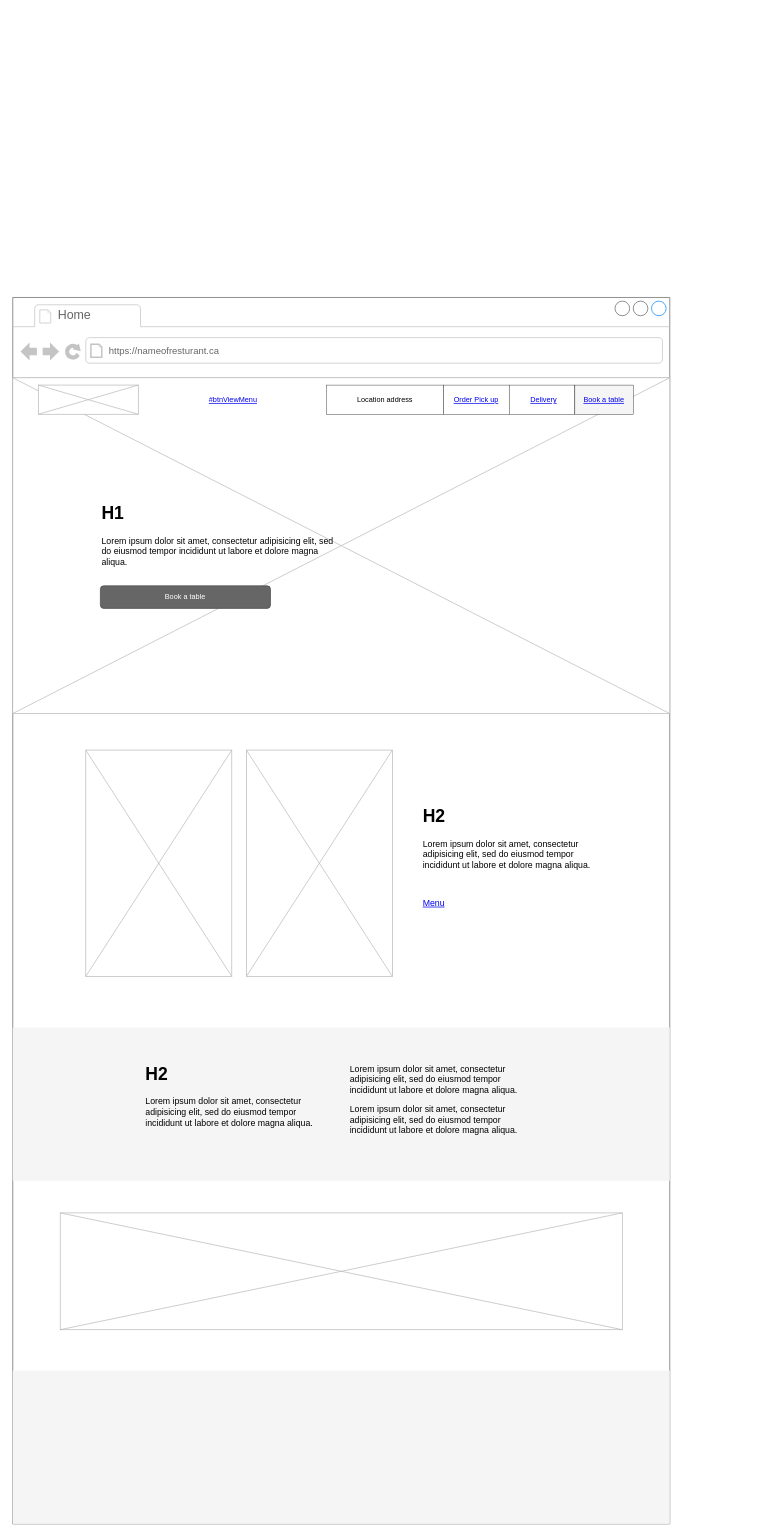
Web-Development-UAlberta/exsm-3951-exsm-3943-spring-2025-python-c-project-team-restaurant-c keeps this draw.io diagram as page "Homepage" (1 of 8) of docs/wireframes/draft.drawio. Above is the earlier version. Source tidied: cells renumbered, new cells numbered last; positions are measured from the earlier drawing's top-left corner, leaving out a move shared by most shapes. Both pictures are drawn from the tidied source at 73%, with x=0, y=0 at pixel (12, 297).
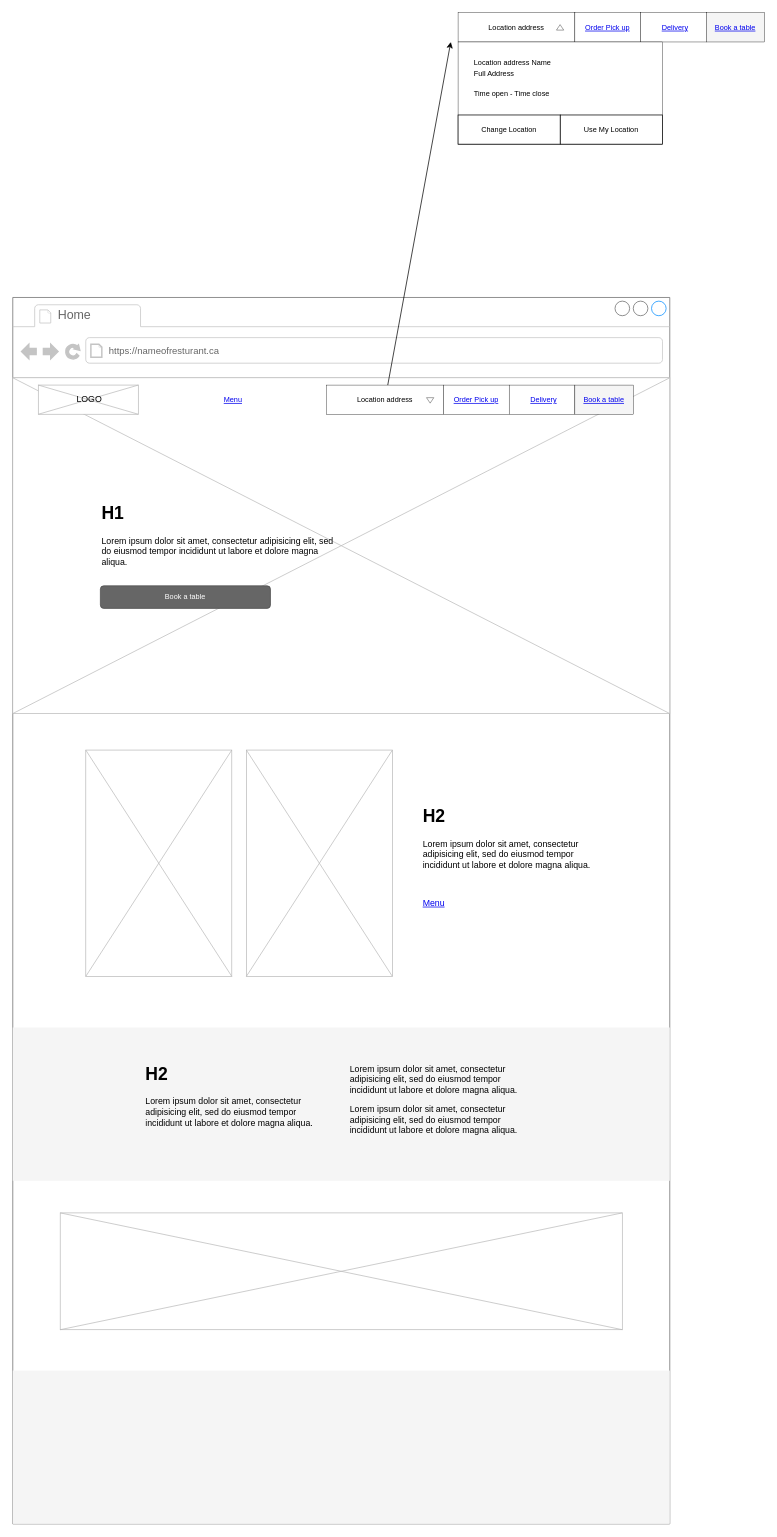
The same page after the edit.

Unchanged cells that the change refers to:
```xml
<mxCell id="2" style="strokeWidth=1;shadow=0;dashed=0;align=center;html=1;shape=mxgraph.mockup.containers.browserWindow;rSize=0;strokeColor=#666666;strokeColor2=#008cff;strokeColor3=#c4c4c4;mainText=,;" parent="1" vertex="1">
  <mxGeometry width="900" height="1680" as="geometry" />
</mxCell>
<mxCell id="9" style="rounded=0;whiteSpace=wrap;html=1;strokeWidth=0.5;" parent="2" vertex="1">
  <mxGeometry x="430" y="120" width="160" height="40" as="geometry" />
</mxCell>
```

Diff of the diagram source:
```diff
@@
-    <mxCell id="6" value="&lt;font style=&quot;font-size: 10px;&quot;&gt;#btnViewMenu&lt;/font&gt;" style="text;html=1;strokeColor=none;fillColor=none;whiteSpace=wrap;align=center;verticalAlign=middle;fontColor=#0000EE;fontStyle=4;" parent="2" vertex="1">
+    <mxCell id="6" value="&lt;font style=&quot;font-size: 10px;&quot;&gt;Menu&lt;/font&gt;" style="text;html=1;strokeColor=none;fillColor=none;whiteSpace=wrap;align=center;verticalAlign=middle;fontColor=#0000EE;fontStyle=4;" parent="2" vertex="1">
       <mxGeometry x="272" y="120" width="60" height="40" as="geometry" />
     </mxCell>
@@
+    <mxCell id="27" value="LOGO" style="text;html=1;align=center;verticalAlign=middle;whiteSpace=wrap;rounded=0;" parent="2" vertex="1">
+      <mxGeometry x="40" y="125" width="130" height="30" as="geometry" />
+    </mxCell>
+    <mxCell id="28" style="triangle;whiteSpace=wrap;html=1;rotation=90;strokeWidth=0.5;" parent="2" vertex="1">
+      <mxGeometry x="568" y="136" width="7.5" height="10" as="geometry" />
+    </mxCell>
+    <mxCell id="29" style="edgeStyle=none;html=1;" parent="1" edge="1" source="9">
+      <mxGeometry relative="1" as="geometry">
+        <mxPoint x="600" y="-350" as="targetPoint" />
+      </mxGeometry>
+    </mxCell>
+    <mxCell id="30" style="rounded=0;whiteSpace=wrap;html=1;strokeWidth=0.5;" parent="1" vertex="1">
+      <mxGeometry x="610" y="-390" width="160" height="40" as="geometry" />
+    </mxCell>
+    <mxCell id="31" style="rounded=0;whiteSpace=wrap;html=1;strokeWidth=0.5;" parent="1" vertex="1">
+      <mxGeometry x="770" y="-390" width="90" height="40" as="geometry" />
+    </mxCell>
+    <mxCell id="32" style="rounded=0;whiteSpace=wrap;html=1;strokeWidth=0.5;" parent="1" vertex="1">
+      <mxGeometry x="860" y="-390" width="90" height="40" as="geometry" />
+    </mxCell>
+    <mxCell id="33" style="rounded=0;whiteSpace=wrap;html=1;fillColor=#f5f5f5;fontColor=#333333;strokeColor=default;strokeWidth=0.5;" parent="1" vertex="1">
+      <mxGeometry x="950" y="-390" width="80" height="40" as="geometry" />
+    </mxCell>
+    <mxCell id="34" value="&lt;font style=&quot;font-size: 10px;&quot;&gt;Location address&lt;/font&gt;" style="text;html=1;align=center;verticalAlign=middle;whiteSpace=wrap;rounded=0;" parent="1" vertex="1">
+      <mxGeometry x="610" y="-385" width="160" height="30" as="geometry" />
+    </mxCell>
+    <mxCell id="35" value="&lt;font style=&quot;font-size: 10px;&quot;&gt;Book a table&lt;/font&gt;" style="text;html=1;strokeColor=none;fillColor=none;whiteSpace=wrap;align=center;verticalAlign=middle;fontColor=#0000EE;fontStyle=4;" parent="1" vertex="1">
+      <mxGeometry x="960" y="-390" width="60" height="40" as="geometry" />
+    </mxCell>
+    <mxCell id="36" value="&lt;font style=&quot;font-size: 10px;&quot;&gt;Delivery&lt;/font&gt;" style="text;html=1;strokeColor=none;fillColor=none;whiteSpace=wrap;align=center;verticalAlign=middle;fontColor=#0000EE;fontStyle=4;" parent="1" vertex="1">
+      <mxGeometry x="875" y="-390" width="65" height="40" as="geometry" />
+    </mxCell>
+    <mxCell id="37" value="&lt;font style=&quot;font-size: 10px;&quot;&gt;Order Pick up&lt;/font&gt;" style="text;html=1;strokeColor=none;fillColor=none;whiteSpace=wrap;align=center;verticalAlign=middle;fontColor=#0000EE;fontStyle=4;" parent="1" vertex="1">
+      <mxGeometry x="770" y="-390" width="90" height="40" as="geometry" />
+    </mxCell>
+    <mxCell id="38" style="triangle;whiteSpace=wrap;html=1;rotation=-90;strokeWidth=0.5;" parent="1" vertex="1">
+      <mxGeometry x="746" y="-375" width="7.5" height="10" as="geometry" />
+    </mxCell>
+    <mxCell id="39" style="rounded=0;whiteSpace=wrap;html=1;strokeWidth=0.5;" parent="1" vertex="1">
+      <mxGeometry x="610" y="-350" width="280" height="140" as="geometry" />
+    </mxCell>
+    <mxCell id="40" value="&lt;font style=&quot;font-size: 10px;&quot;&gt;Location address Name&lt;/font&gt;&lt;div&gt;&lt;font style=&quot;font-size: 10px;&quot;&gt;Full Address&lt;/font&gt;&lt;/div&gt;" style="text;html=1;align=left;verticalAlign=middle;whiteSpace=wrap;rounded=0;" parent="1" vertex="1">
+      <mxGeometry x="630" y="-330" width="160" height="30" as="geometry" />
+    </mxCell>
+    <mxCell id="41" value="&lt;span style=&quot;font-size: 10px;&quot;&gt;Time open - Time close&lt;/span&gt;" style="text;html=1;align=left;verticalAlign=middle;whiteSpace=wrap;rounded=0;" parent="1" vertex="1">
+      <mxGeometry x="630" y="-295" width="160" height="30" as="geometry" />
+    </mxCell>
+    <mxCell id="42" style="rounded=0;whiteSpace=wrap;html=1;" parent="1" vertex="1">
+      <mxGeometry x="610" y="-250" width="140" height="40" as="geometry" />
+    </mxCell>
+    <mxCell id="43" value="&lt;span style=&quot;font-size: 10px;&quot;&gt;Change Location&lt;/span&gt;" style="text;html=1;align=center;verticalAlign=middle;whiteSpace=wrap;rounded=0;" parent="1" vertex="1">
+      <mxGeometry x="610" y="-245" width="140" height="30" as="geometry" />
+    </mxCell>
+    <mxCell id="44" style="rounded=0;whiteSpace=wrap;html=1;" parent="1" vertex="1">
+      <mxGeometry x="750" y="-250" width="140" height="40" as="geometry" />
+    </mxCell>
+    <mxCell id="45" value="&lt;span style=&quot;font-size: 10px;&quot;&gt;Use My Location&lt;/span&gt;" style="text;html=1;align=center;verticalAlign=middle;whiteSpace=wrap;rounded=0;" parent="1" vertex="1">
+      <mxGeometry x="750" y="-245" width="140" height="30" as="geometry" />
+    </mxCell>
```
